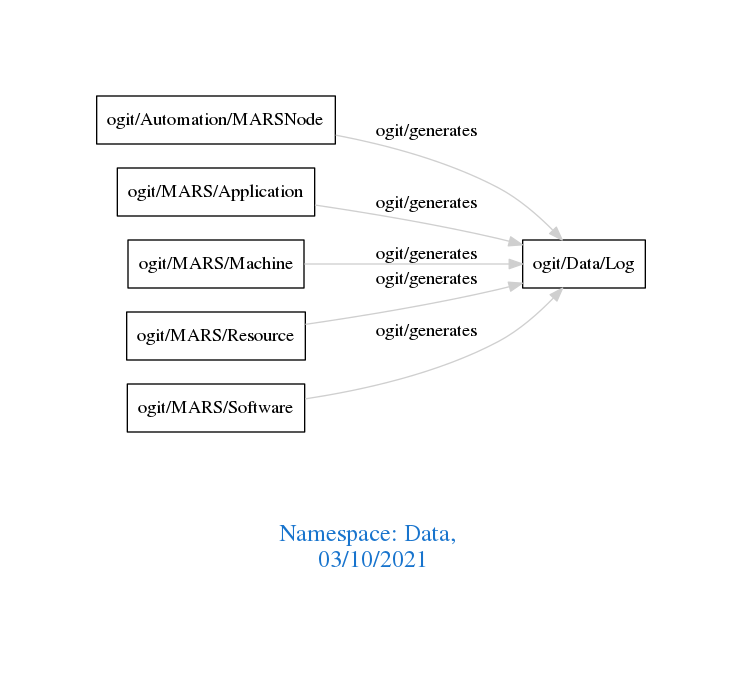
The Graphviz diagram downloads/Data.png in arago/OGIT, before a commit. Its source is kept beside it as downloads/Data.dot.
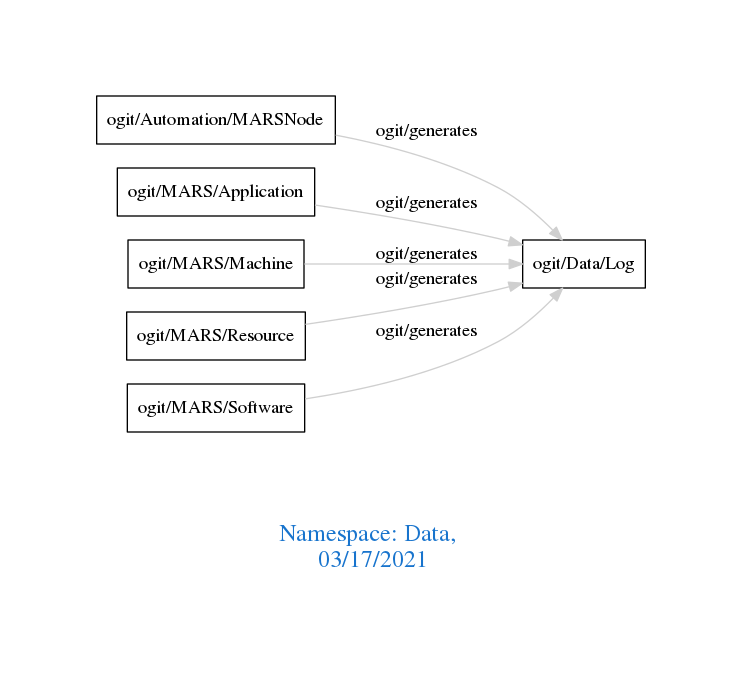
After the change.

Change to the diagram source:
```diff
@@ -1,7 +1,7 @@
 digraph OGIT_ontology {
  graph [ rankdir= LR,pad=1
 fontsize = 18,
-fontcolor= dodgerblue3,label = "\n\n\nNamespace: Data, \n 03/10/2021"];
+fontcolor= dodgerblue3,label = "\n\n\nNamespace: Data, \n 03/17/2021"];
 node[shape=polygon];
 edge [  color="gray81"];
 
```
